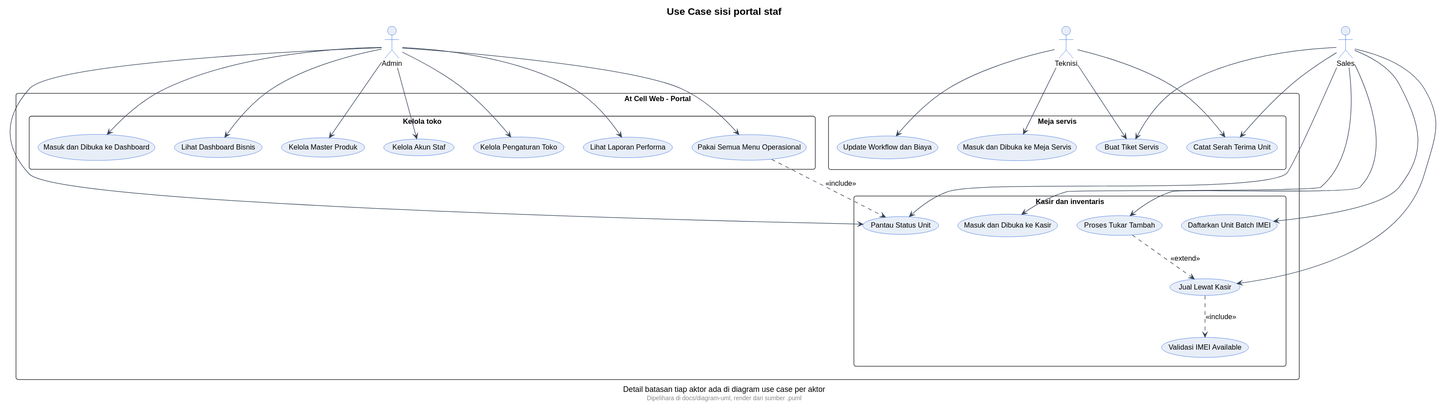
This is docs/diagram-uml/bersama/usecase-sisi-portal.svg from neiaki/KP, a PlantUML export, as it was before one commit.
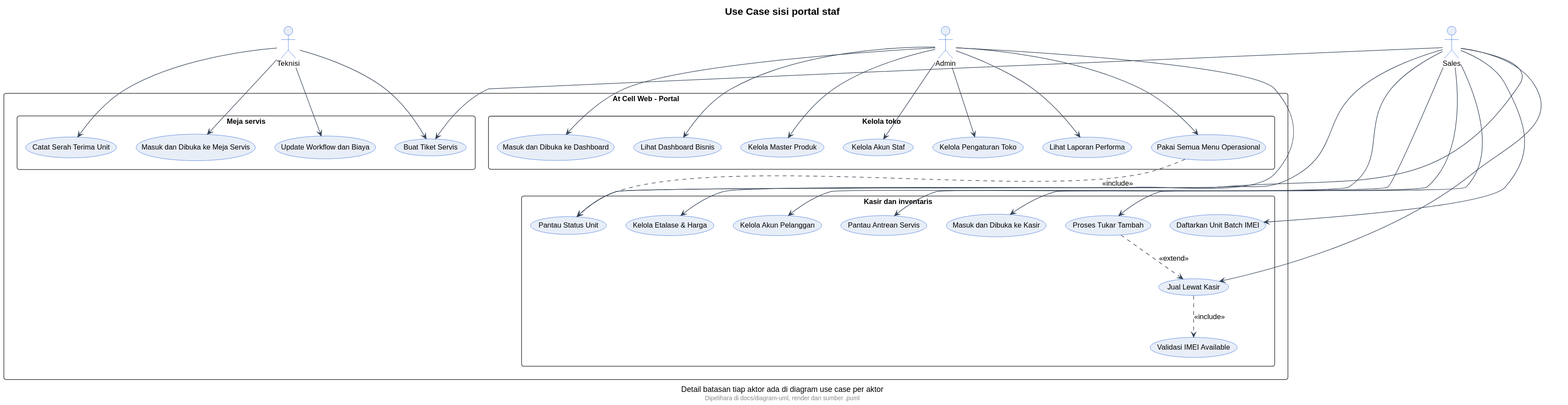
After the commit.

The edit, as a diff of the source:
```diff
@@ -52,6 +52,9 @@
     usecase "Proses Tukar Tambah" as TukarTambah
     usecase "Daftarkan Unit Batch IMEI" as DaftarBatch
     usecase "Pantau Status Unit" as PantauUnit
+    usecase "Kelola Etalase & Harga" as KelolaEtalase
+    usecase "Kelola Akun Pelanggan" as KelolaPelanggan
+    usecase "Pantau Antrean Servis" as PantauServis
   }
   rectangle "Meja servis" {
     usecase "Masuk dan Dibuka ke Meja Servis" as MasukServis
@@ -74,8 +77,10 @@
 S --> TukarTambah
 S --> DaftarBatch
 S --> PantauUnit
+S --> KelolaEtalase
+S --> KelolaPelanggan
 S --> BuatTiket
-S --> SerahTerima
+S --> PantauServis
 T --> MasukServis
 T --> BuatTiket
 T --> UpdateTiket
```
